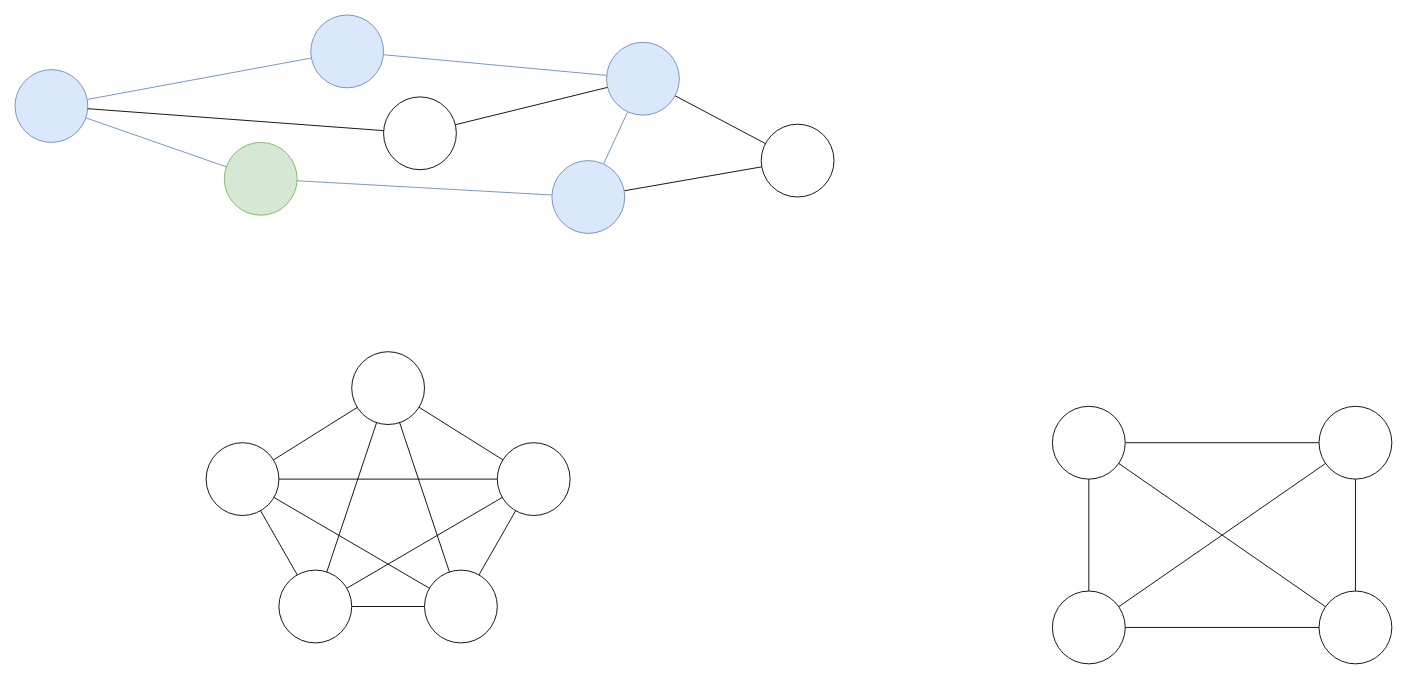
MUCTR-IKT-CPP/algorithms-2cpp keeps this draw.io diagram as page "Page-5" (5 of 11) of Лекции/2023/4/илюстрации.drawio. Above is the earlier version. Source tidied: cells renumbered, new cells numbered last; positions are measured from the earlier drawing's top-left corner, leaving out a move shared by most shapes. Both pictures are drawn from the tidied source at 91%, with x=0, y=0 at pixel (15, 15).
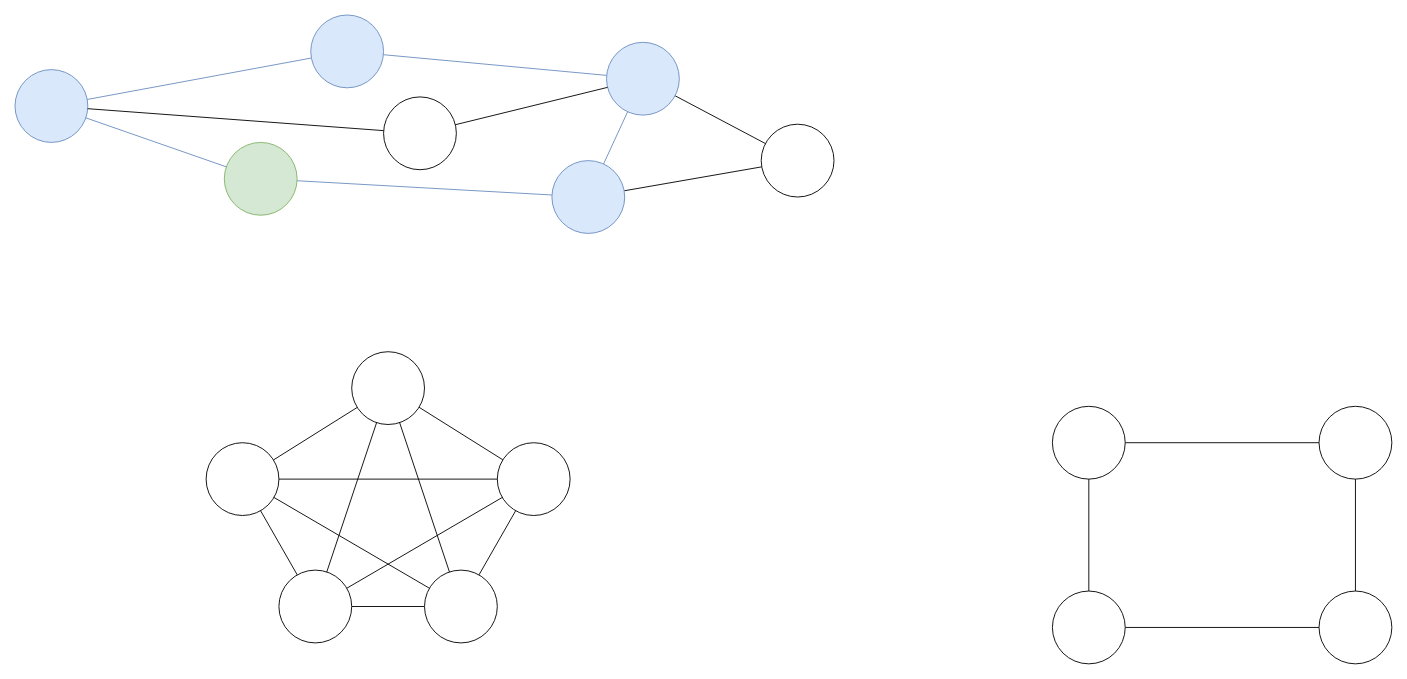
After the change.

Unchanged cells that the change refers to:
```xml
<mxCell id="34" style="ellipse;whiteSpace=wrap;html=1;" parent="1" vertex="1">
  <mxGeometry x="1140" y="430" width="80" height="80" as="geometry" />
</mxCell>
<mxCell id="36" style="ellipse;whiteSpace=wrap;html=1;" parent="1" vertex="1">
  <mxGeometry x="1433" y="430" width="80" height="80" as="geometry" />
</mxCell>
<mxCell id="39" style="ellipse;whiteSpace=wrap;html=1;" parent="1" vertex="1">
  <mxGeometry x="1433" y="633" width="80" height="80" as="geometry" />
</mxCell>
<mxCell id="42" style="ellipse;whiteSpace=wrap;html=1;" parent="1" vertex="1">
  <mxGeometry x="1140" y="633" width="80" height="80" as="geometry" />
</mxCell>
```

What changed in the source:
```diff
@@
-    <mxCell id="38" style="edgeStyle=none;rounded=0;jettySize=auto;html=1;startArrow=none;startFill=0;endArrow=none;endFill=0;" parent="1" edge="1" source="39" target="34">
-      <mxGeometry relative="1" as="geometry" />
-    </mxCell>
@@
-    <mxCell id="41" style="edgeStyle=none;rounded=0;jettySize=auto;html=1;startArrow=none;startFill=0;endArrow=none;endFill=0;" parent="1" edge="1" source="42" target="36">
-      <mxGeometry relative="1" as="geometry" />
-    </mxCell>
```
